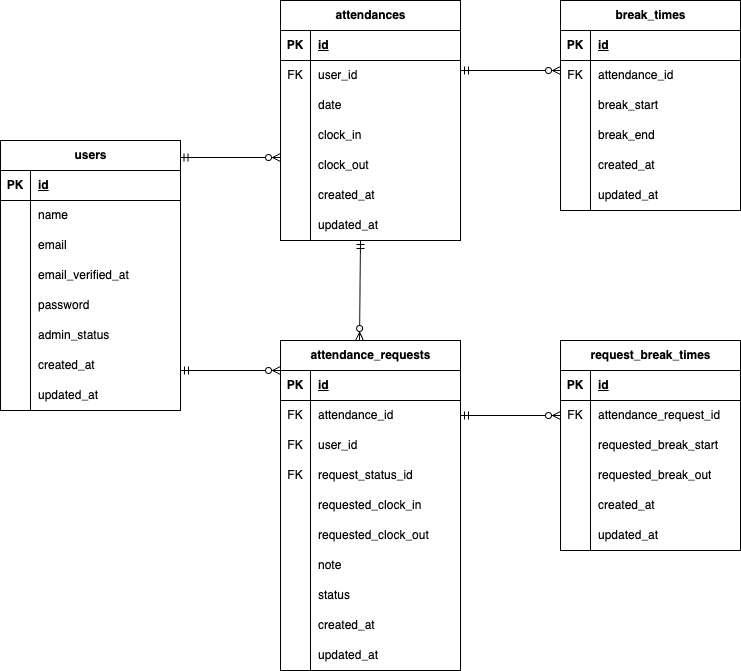
The draw.io diagram docs/er.drawio.png in YumiOotake/Attendance-Management-test, before a commit. Source tidied: cells renumbered, new cells last; positions are measured from the earlier drawing's top-left corner, leaving out a move shared by most shapes.
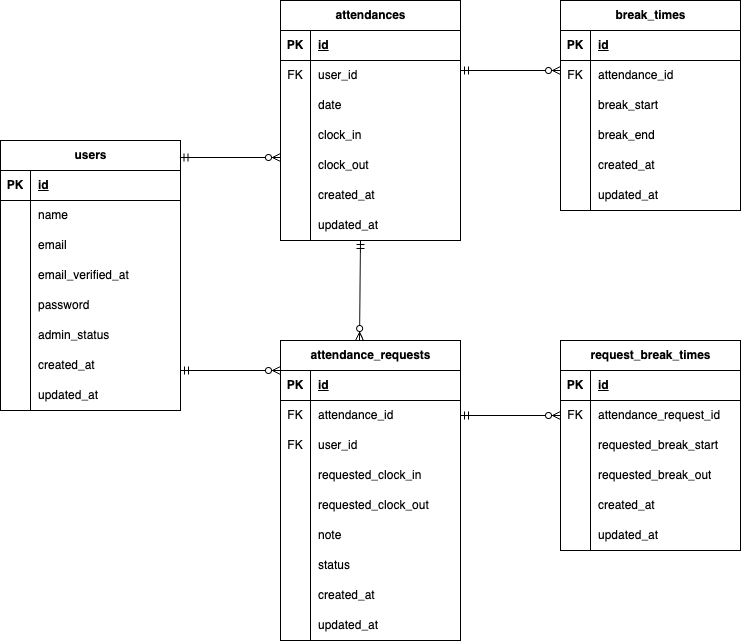
Above is the later version.

Change to the diagram source:
```diff
@@ -144,7 +144,7 @@
       <mxGeometry x="30" width="150" height="30" as="geometry" />
     </mxCell>
     <mxCell id="49" value="attendance_requests" style="shape=table;startSize=30;rowLines=0;fontStyle=1;align=center;html=1;" parent="1" vertex="1">
-      <mxGeometry x="280" y="340" width="180" height="330" as="geometry" />
+      <mxGeometry x="280" y="340" width="180" height="300" as="geometry" />
     </mxCell>
     <mxCell id="50" style="shape=tableRow;horizontal=0;startSize=0;swimlaneHead=0;swimlaneBody=0;fillColor=none;top=0;left=0;right=0;bottom=1;" parent="49" vertex="1">
       <mxGeometry y="30" width="180" height="30" as="geometry" />
@@ -173,17 +173,8 @@
     <mxCell id="58" value="user_id" style="shape=partialRectangle;fillColor=none;top=0;left=0;bottom=0;right=0;align=left;spacingLeft=6;overflow=hidden;whiteSpace=wrap;html=1;" parent="56" vertex="1">
       <mxGeometry x="30" width="150" height="30" as="geometry" />
     </mxCell>
-    <mxCell id="59" style="shape=tableRow;horizontal=0;startSize=0;swimlaneHead=0;swimlaneBody=0;fillColor=none;top=0;left=0;right=0;bottom=0;" parent="49" vertex="1">
-      <mxGeometry y="120" width="180" height="30" as="geometry" />
-    </mxCell>
-    <mxCell id="60" value="FK" style="shape=partialRectangle;fillColor=none;top=0;left=0;bottom=0;right=0;overflow=hidden;whiteSpace=wrap;html=1;" parent="59" vertex="1">
-      <mxGeometry width="30" height="30" as="geometry" />
-    </mxCell>
-    <mxCell id="61" value="request_status_id" style="shape=partialRectangle;fillColor=none;top=0;left=0;bottom=0;right=0;align=left;spacingLeft=6;overflow=hidden;whiteSpace=wrap;html=1;" parent="59" vertex="1">
-      <mxGeometry x="30" width="150" height="30" as="geometry" />
-    </mxCell>
     <mxCell id="62" style="shape=tableRow;horizontal=0;startSize=0;swimlaneHead=0;swimlaneBody=0;fillColor=none;top=0;left=0;right=0;bottom=0;" parent="49" vertex="1">
-      <mxGeometry y="150" width="180" height="30" as="geometry" />
+      <mxGeometry y="120" width="180" height="30" as="geometry" />
     </mxCell>
     <mxCell id="63" style="shape=partialRectangle;fillColor=none;top=0;left=0;bottom=0;right=0;overflow=hidden;whiteSpace=wrap;html=1;" parent="62" vertex="1">
       <mxGeometry width="30" height="30" as="geometry" />
@@ -192,7 +183,7 @@
       <mxGeometry x="30" width="150" height="30" as="geometry" />
     </mxCell>
     <mxCell id="65" style="shape=tableRow;horizontal=0;startSize=0;swimlaneHead=0;swimlaneBody=0;fillColor=none;top=0;left=0;right=0;bottom=0;" parent="49" vertex="1">
-      <mxGeometry y="180" width="180" height="30" as="geometry" />
+      <mxGeometry y="150" width="180" height="30" as="geometry" />
     </mxCell>
     <mxCell id="66" style="shape=partialRectangle;fillColor=none;top=0;left=0;bottom=0;right=0;overflow=hidden;whiteSpace=wrap;html=1;" parent="65" vertex="1">
       <mxGeometry width="30" height="30" as="geometry" />
@@ -201,7 +192,7 @@
       <mxGeometry x="30" width="150" height="30" as="geometry" />
     </mxCell>
     <mxCell id="68" style="shape=tableRow;horizontal=0;startSize=0;swimlaneHead=0;swimlaneBody=0;fillColor=none;top=0;left=0;right=0;bottom=0;" parent="49" vertex="1">
-      <mxGeometry y="210" width="180" height="30" as="geometry" />
+      <mxGeometry y="180" width="180" height="30" as="geometry" />
     </mxCell>
     <mxCell id="69" style="shape=partialRectangle;fillColor=none;top=0;left=0;bottom=0;right=0;overflow=hidden;whiteSpace=wrap;html=1;" parent="68" vertex="1">
       <mxGeometry width="30" height="30" as="geometry" />
@@ -210,7 +201,7 @@
       <mxGeometry x="30" width="150" height="30" as="geometry" />
     </mxCell>
     <mxCell id="71" style="shape=tableRow;horizontal=0;startSize=0;swimlaneHead=0;swimlaneBody=0;fillColor=none;top=0;left=0;right=0;bottom=0;" parent="49" vertex="1">
-      <mxGeometry y="240" width="180" height="30" as="geometry" />
+      <mxGeometry y="210" width="180" height="30" as="geometry" />
     </mxCell>
     <mxCell id="72" style="shape=partialRectangle;fillColor=none;top=0;left=0;bottom=0;right=0;overflow=hidden;whiteSpace=wrap;html=1;" parent="71" vertex="1">
       <mxGeometry width="30" height="30" as="geometry" />
@@ -219,7 +210,7 @@
       <mxGeometry x="30" width="150" height="30" as="geometry" />
     </mxCell>
     <mxCell id="74" style="shape=tableRow;horizontal=0;startSize=0;swimlaneHead=0;swimlaneBody=0;fillColor=none;top=0;left=0;right=0;bottom=0;" parent="49" vertex="1">
-      <mxGeometry y="270" width="180" height="30" as="geometry" />
+      <mxGeometry y="240" width="180" height="30" as="geometry" />
     </mxCell>
     <mxCell id="75" style="shape=partialRectangle;fillColor=none;top=0;left=0;bottom=0;right=0;overflow=hidden;whiteSpace=wrap;html=1;" parent="74" vertex="1">
       <mxGeometry width="30" height="30" as="geometry" />
@@ -228,7 +219,7 @@
       <mxGeometry x="30" width="150" height="30" as="geometry" />
     </mxCell>
     <mxCell id="77" style="shape=tableRow;horizontal=0;startSize=0;swimlaneHead=0;swimlaneBody=0;fillColor=none;top=0;left=0;right=0;bottom=0;" parent="49" vertex="1">
-      <mxGeometry y="300" width="180" height="30" as="geometry" />
+      <mxGeometry y="270" width="180" height="30" as="geometry" />
     </mxCell>
     <mxCell id="78" style="shape=partialRectangle;fillColor=none;top=0;left=0;bottom=0;right=0;overflow=hidden;whiteSpace=wrap;html=1;" parent="77" vertex="1">
       <mxGeometry width="30" height="30" as="geometry" />
```
